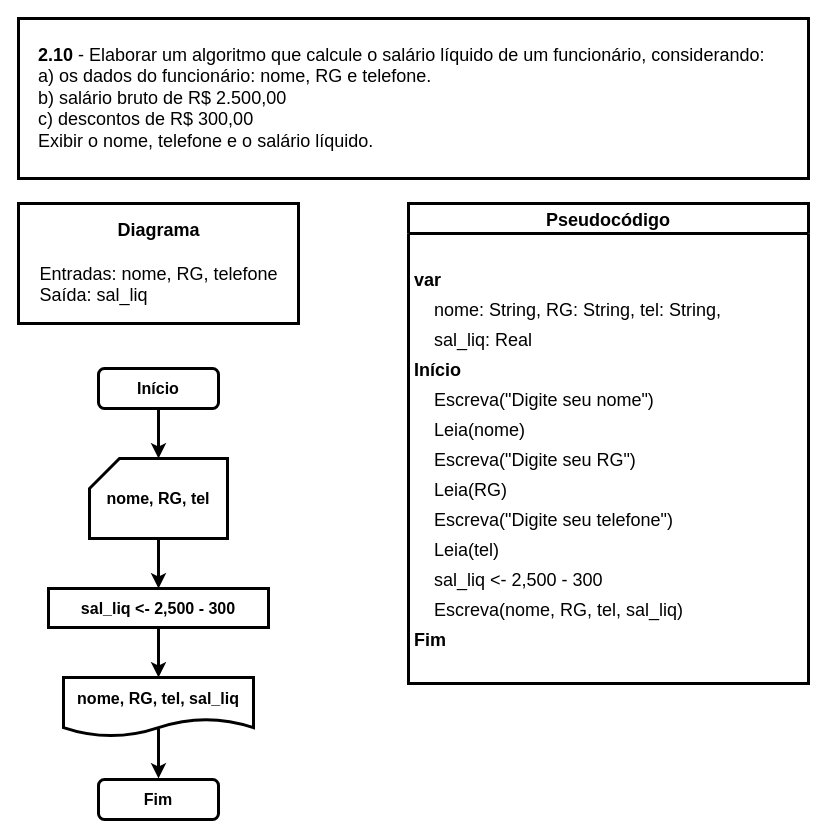
This is page "Ex. 2.10" (14 of 14) of exercicios.drawio from iSamekh/draw.io, a draw.io file, before an edit. Source tidied: cells renumbered, new cells numbered last; positions are measured from the earlier drawing's top-left corner, leaving out a move shared by most shapes. Both pictures are drawn from the tidied source at 100%, with x=0, y=0 at pixel (18, 18).
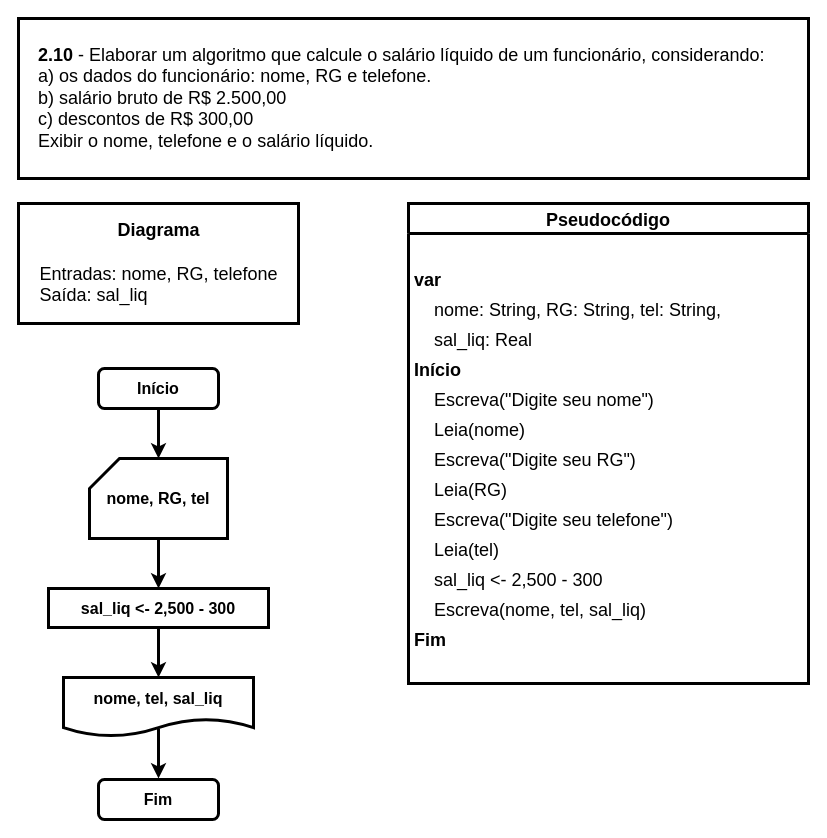
The same diagram, later.

The change refers to these unchanged cells:
```xml
<mxCell id="11" value="Pseudocódigo" style="swimlane;fontStyle=1;horizontal=1;startSize=30;rounded=0;shadow=0;labelBackgroundColor=#FFFFFF;labelBorderColor=none;sketch=0;fillStyle=auto;strokeColor=default;strokeWidth=3;fillColor=default;swimlaneLine=1;glass=0;arcSize=20;fontSize=18;spacing=10;" parent="1" vertex="1">
  <mxGeometry x="390" y="185" width="400" height="480" as="geometry" />
</mxCell>
```

What changed in the source:
```diff
@@
-    <mxCell id="6" value="nome, RG, tel, sal_liq" style="shape=document;whiteSpace=wrap;html=1;boundedLbl=1;fontStyle=1;fontSize=16;strokeWidth=3;" parent="1" vertex="1">
+    <mxCell id="6" value="nome, tel, sal_liq" style="shape=document;whiteSpace=wrap;html=1;boundedLbl=1;fontStyle=1;fontSize=16;strokeWidth=3;" parent="1" vertex="1">
       <mxGeometry x="45" y="659" width="190" height="59" as="geometry" />
     </mxCell>
@@
-    <mxCell id="24" value="     Escreva(nome, RG, tel, sal_liq)" style="text;strokeColor=none;fillColor=none;align=left;verticalAlign=middle;spacingLeft=4;spacingRight=4;overflow=hidden;rounded=1;shadow=0;labelBackgroundColor=none;labelBorderColor=none;sketch=1;fillStyle=auto;strokeWidth=3;fontStyle=0;fontSize=18;" parent="11" vertex="1">
+    <mxCell id="24" value="     Escreva(nome, tel, sal_liq)" style="text;strokeColor=none;fillColor=none;align=left;verticalAlign=middle;spacingLeft=4;spacingRight=4;overflow=hidden;rounded=1;shadow=0;labelBackgroundColor=none;labelBorderColor=none;sketch=1;fillStyle=auto;strokeWidth=3;fontStyle=0;fontSize=18;" parent="11" vertex="1">
       <mxGeometry y="390" width="400" height="30" as="geometry" />
     </mxCell>
```
